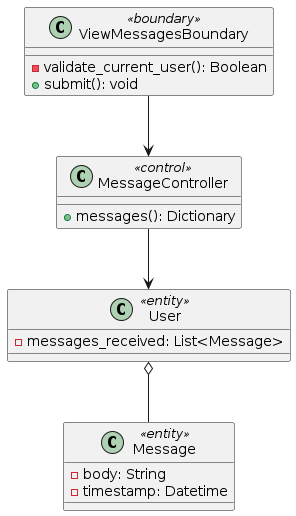
Before: docs/UML/Class Diagrams/view-messages.png, a diagram exported from PlantUML (LapTQ/MCT).
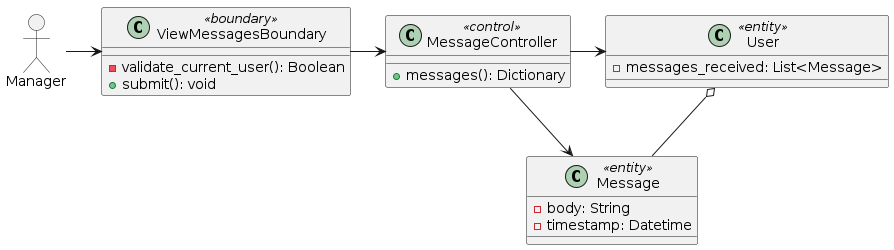
The same diagram one commit later.

The edit, as a diff of the source:
```diff
@@ -1,4 +1,8 @@
 @startuml
+
+allowmixing
+
+actor Manager
 
 class ViewMessagesBoundary <<boundary>> {
 
@@ -20,8 +24,10 @@
     - timestamp: Datetime
 }
 
-ViewMessagesBoundary --> MessageController
-MessageController --> User
+Manager -> ViewMessagesBoundary
+ViewMessagesBoundary -right-> MessageController
+MessageController -right-> User
+MessageController -> Message
 User o-- Message
 
 @enduml
```
